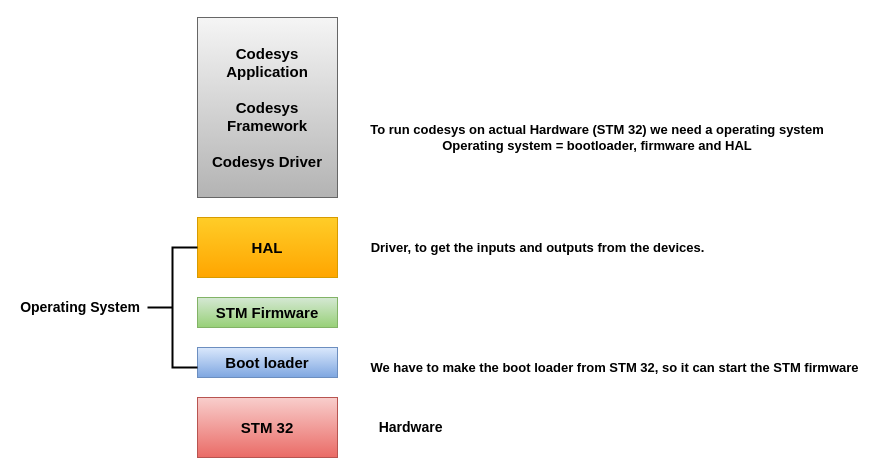
Before: page "Page-6" (6 of 7) of Untitled Diagram.drawio in sreelakshmilingamgunta/Azure-Devops, a draw.io diagram. Source tidied: cells renumbered, new cells numbered last; positions are measured from the earlier drawing's top-left corner, leaving out a move shared by most shapes. Both pictures are drawn from the tidied source at 100%, with x=0, y=0 at pixel (17, 17).
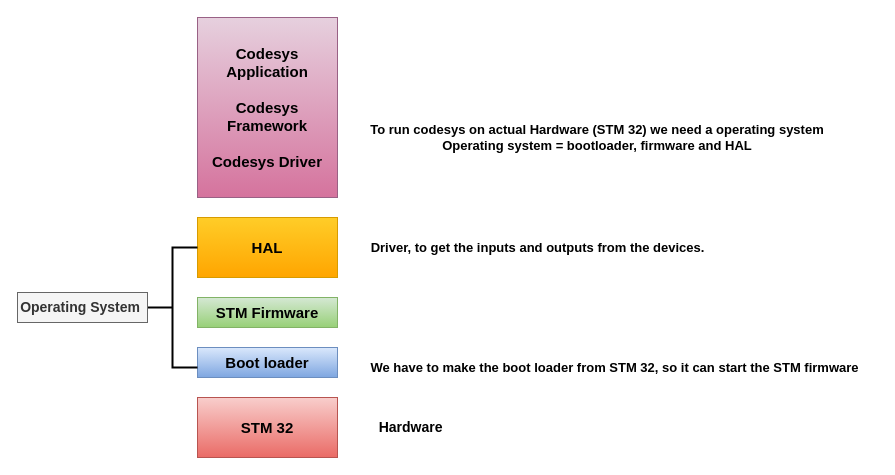
The same diagram, later.

The edit, as a diff of the source:
```diff
@@
 <mxGraphModel>
   <root>
     <mxCell id="0" />
     <mxCell id="1" parent="0" />
     <mxCell id="2" value="STM 32" style="rounded=0;whiteSpace=wrap;html=1;fillColor=#f8cecc;strokeColor=#b85450;gradientColor=#ea6b66;fontStyle=1;fontSize=15;" parent="1" vertex="1">
       <mxGeometry x="180" y="380" width="140" height="60" as="geometry" />
     </mxCell>
     <mxCell id="3" value="Boot loader" style="rounded=0;whiteSpace=wrap;html=1;fillColor=#dae8fc;gradientColor=#7ea6e0;strokeColor=#6c8ebf;fontStyle=1;fontSize=15;" parent="1" vertex="1">
       <mxGeometry x="180" y="330" width="140" height="30" as="geometry" />
     </mxCell>
     <mxCell id="4" value="STM Firmware" style="rounded=0;whiteSpace=wrap;html=1;fillColor=#d5e8d4;gradientColor=#97d077;strokeColor=#82b366;fontStyle=1;fontSize=15;" parent="1" vertex="1">
       <mxGeometry x="180" y="280" width="140" height="30" as="geometry" />
     </mxCell>
     <mxCell id="5" value="HAL" style="rounded=0;whiteSpace=wrap;html=1;fillColor=#ffcd28;gradientColor=#ffa500;strokeColor=#d79b00;fontStyle=1;fontSize=15;" parent="1" vertex="1">
       <mxGeometry x="180" y="200" width="140" height="60" as="geometry" />
     </mxCell>
-    <mxCell id="6" value="Codesys Application&lt;br&gt;&lt;br&gt;Codesys Framework&lt;br&gt;&lt;br&gt;Codesys Driver" style="rounded=0;whiteSpace=wrap;html=1;fillColor=#f5f5f5;gradientColor=#b3b3b3;strokeColor=#666666;fontStyle=1;fontSize=15;" parent="1" vertex="1">
+    <mxCell id="6" value="Codesys Application&lt;br&gt;&lt;br&gt;Codesys Framework&lt;br&gt;&lt;br&gt;Codesys Driver" style="rounded=0;whiteSpace=wrap;html=1;fillColor=#e6d0de;gradientColor=#d5739d;strokeColor=#996185;fontStyle=1;fontSize=15;" parent="1" vertex="1">
       <mxGeometry x="180" width="140" height="180" as="geometry" />
     </mxCell>
     <mxCell id="7" value="&lt;b&gt;Driver, to get the inputs and outputs from the devices.&lt;/b&gt;" style="text;html=1;align=center;verticalAlign=middle;strokeColor=none;fillColor=none;strokeWidth=1;spacing=2;fontSize=13;" parent="1" vertex="1">
       <mxGeometry x="340" y="215" width="360" height="30" as="geometry" />
     </mxCell>
     <mxCell id="8" value="To run codesys on actual Hardware (STM 32) we need a operating system&lt;br&gt;Operating system =&amp;nbsp;&lt;span&gt;bootloader, firmware and HAL&lt;/span&gt;" style="text;html=1;align=center;verticalAlign=middle;whiteSpace=wrap;rounded=0;fontStyle=1;fontSize=13;" parent="1" vertex="1">
       <mxGeometry x="330" y="90" width="500" height="60" as="geometry" />
     </mxCell>
     <mxCell id="9" value="We have to make the boot loader from STM 32, so it can start the STM firmware" style="text;html=1;align=center;verticalAlign=middle;whiteSpace=wrap;rounded=0;fontStyle=1;fontSize=13;" parent="1" vertex="1">
       <mxGeometry x="335" y="335" width="525" height="30" as="geometry" />
     </mxCell>
     <mxCell id="10" style="strokeWidth=2;html=1;shape=mxgraph.flowchart.annotation_2;align=left;labelPosition=right;" parent="1" vertex="1">
       <mxGeometry x="130" y="230" width="50" height="120" as="geometry" />
     </mxCell>
-    <mxCell id="11" value="Operating System&amp;nbsp;" style="text;html=1;align=center;verticalAlign=middle;whiteSpace=wrap;rounded=0;fontStyle=1;fontSize=14;" parent="1" vertex="1">
+    <mxCell id="11" value="Operating System&amp;nbsp;" style="text;html=1;align=center;verticalAlign=middle;whiteSpace=wrap;rounded=0;fontStyle=1;fontSize=14;fillColor=#f5f5f5;strokeColor=#666666;fontColor=#333333;" parent="1" vertex="1">
       <mxGeometry y="275" width="130" height="30" as="geometry" />
     </mxCell>
     <mxCell id="12" value="Hardware&amp;nbsp;" style="text;html=1;align=center;verticalAlign=middle;strokeColor=none;fillColor=none;fontStyle=1;fontSize=14;" parent="1" vertex="1">
       <mxGeometry x="350" y="395" width="90" height="30" as="geometry" />
     </mxCell>
   </root>
 </mxGraphModel>
```
